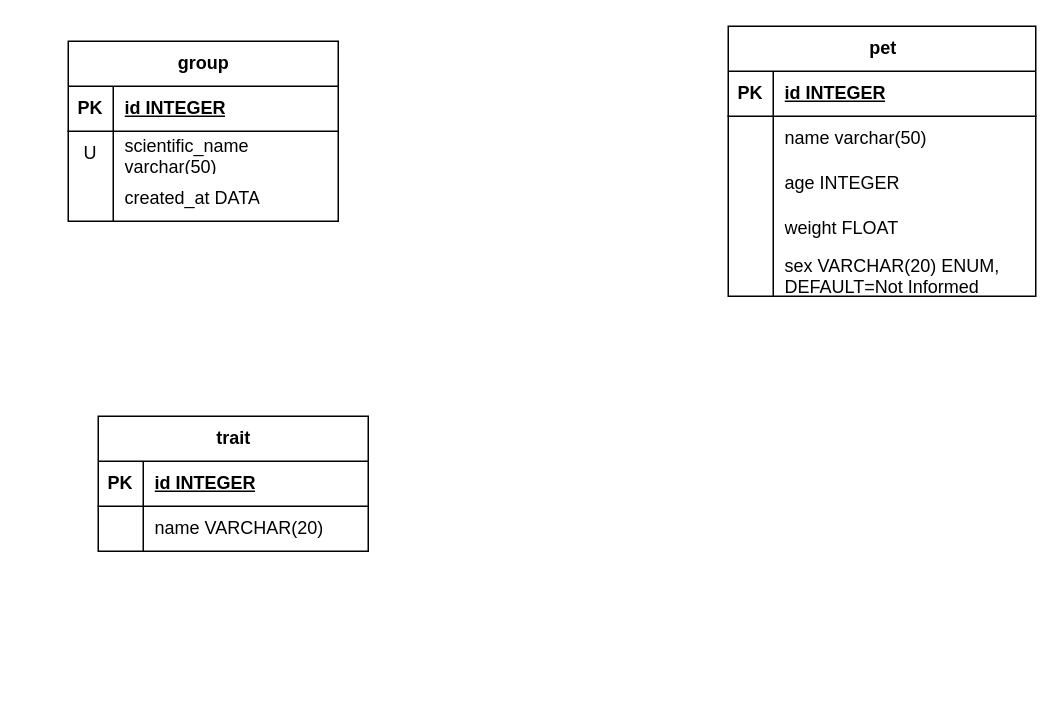
Before: M5-pet-Kare.drawio in pedrogabrielbacili/meu_primeiro_DER, a draw.io diagram. Source tidied: cells renumbered, new cells numbered last; positions are measured from the earlier drawing's top-left corner, leaving out a move shared by most shapes. Both pictures are drawn from the tidied source at 150%, with x=0, y=0 at pixel (68, 26).
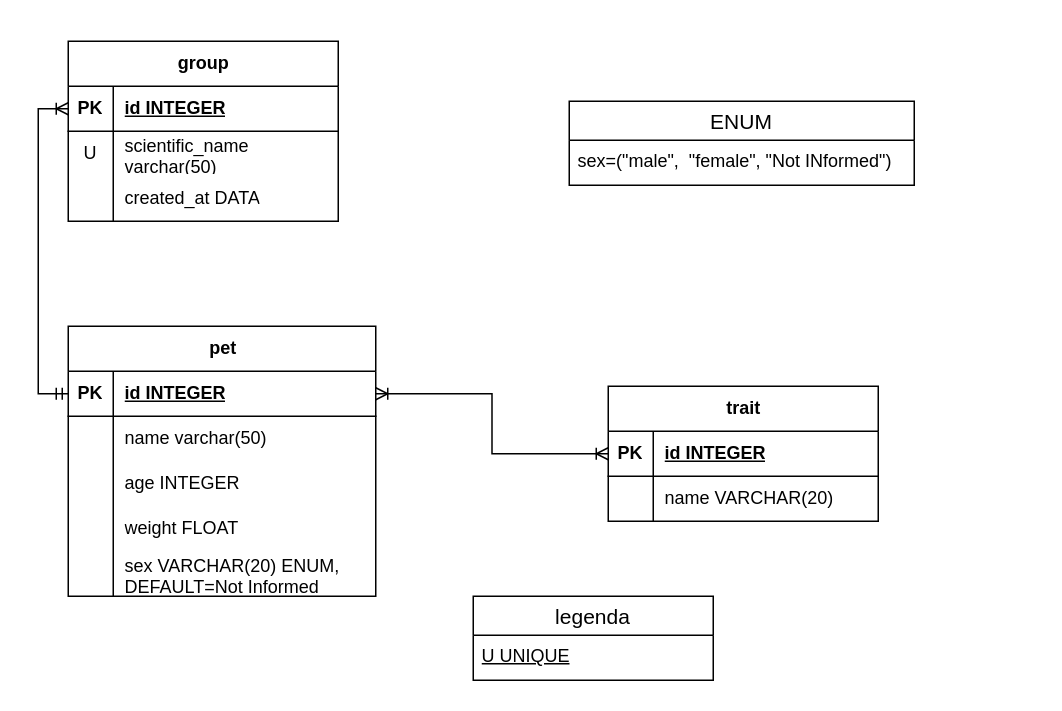
The same page after the edit.

Unchanged cells that the change refers to:
```xml
<mxCell id="3" style="shape=tableRow;horizontal=0;startSize=0;swimlaneHead=0;swimlaneBody=0;fillColor=none;points=[[0,0.5],[1,0.5]];portConstraint=eastwest;top=0;left=0;right=0;bottom=1;" parent="2" vertex="1">
  <mxGeometry y="30" width="180" height="30" as="geometry" />
</mxCell>
<mxCell id="13" style="shape=tableRow;horizontal=0;startSize=0;swimlaneHead=0;swimlaneBody=0;fillColor=none;points=[[0,0.5],[1,0.5]];portConstraint=eastwest;top=0;left=0;right=0;bottom=1;" parent="12" vertex="1">
  <mxGeometry y="30" width="205" height="30" as="geometry" />
</mxCell>
<mxCell id="29" style="shape=tableRow;horizontal=0;startSize=0;swimlaneHead=0;swimlaneBody=0;fillColor=none;points=[[0,0.5],[1,0.5]];portConstraint=eastwest;top=0;left=0;right=0;bottom=1;" parent="28" vertex="1">
  <mxGeometry y="30" width="180" height="30" as="geometry" />
</mxCell>
```

The edit, as a diff of the source:
```diff
@@
     <mxCell id="12" value="pet" style="shape=table;startSize=30;childLayout=tableLayout;rowLines=0;fontStyle=1;align=center;html=1;" parent="1" vertex="1">
-      <mxGeometry x="440" width="205" height="180" as="geometry" />
+      <mxGeometry y="200" width="205" height="180" as="geometry" />
     </mxCell>
@@
     <mxCell id="28" value="trait" style="shape=table;startSize=30;childLayout=tableLayout;rowLines=0;fontStyle=1;align=center;html=1;" parent="1" vertex="1">
-      <mxGeometry x="20" y="260" width="180" height="90" as="geometry" />
+      <mxGeometry x="360" y="240" width="180" height="90" as="geometry" />
     </mxCell>
@@
+    <mxCell id="35" style="edgeStyle=orthogonalEdgeStyle;rounded=0;jettySize=auto;html=1;exitX=0;exitY=0.5;exitDx=0;exitDy=0;entryX=0;entryY=0.5;entryDx=0;entryDy=0;startArrow=ERoneToMany;startFill=0;endArrow=ERmandOne;endFill=0;" parent="1" edge="1" source="3" target="13">
+      <mxGeometry relative="1" as="geometry" />
+    </mxCell>
+    <mxCell id="36" style="edgeStyle=orthogonalEdgeStyle;rounded=0;jettySize=auto;html=1;exitX=1;exitY=0.5;exitDx=0;exitDy=0;entryX=0;entryY=0.5;entryDx=0;entryDy=0;startArrow=ERoneToMany;startFill=0;endArrow=ERoneToMany;endFill=0;" parent="1" edge="1" source="13" target="29">
+      <mxGeometry relative="1" as="geometry" />
+    </mxCell>
+    <mxCell id="37" value="ENUM" style="swimlane;fontStyle=0;horizontal=1;startSize=26;align=center;fontSize=14;" parent="1" vertex="1">
+      <mxGeometry x="334" y="50" width="230" height="56" as="geometry" />
+    </mxCell>
+    <mxCell id="38" value="sex=(&quot;male&quot;,&amp;nbsp; &quot;female&quot;, &quot;Not INformed&quot;)" style="text;strokeColor=none;fillColor=none;spacingLeft=4;spacingRight=4;overflow=hidden;fontSize=12;whiteSpace=wrap;html=1;" parent="37" vertex="1">
+      <mxGeometry y="26" width="230" height="30" as="geometry" />
+    </mxCell>
+    <mxCell id="39" value="legenda" style="swimlane;fontStyle=0;horizontal=1;startSize=26;align=center;fontSize=14;" parent="1" vertex="1">
+      <mxGeometry x="270" y="380" width="160" height="56" as="geometry" />
+    </mxCell>
+    <mxCell id="40" value="&lt;u&gt;U UNIQUE&lt;/u&gt;" style="text;strokeColor=none;fillColor=none;spacingLeft=4;spacingRight=4;overflow=hidden;fontSize=12;whiteSpace=wrap;html=1;" parent="39" vertex="1">
+      <mxGeometry y="26" width="160" height="30" as="geometry" />
+    </mxCell>
```
